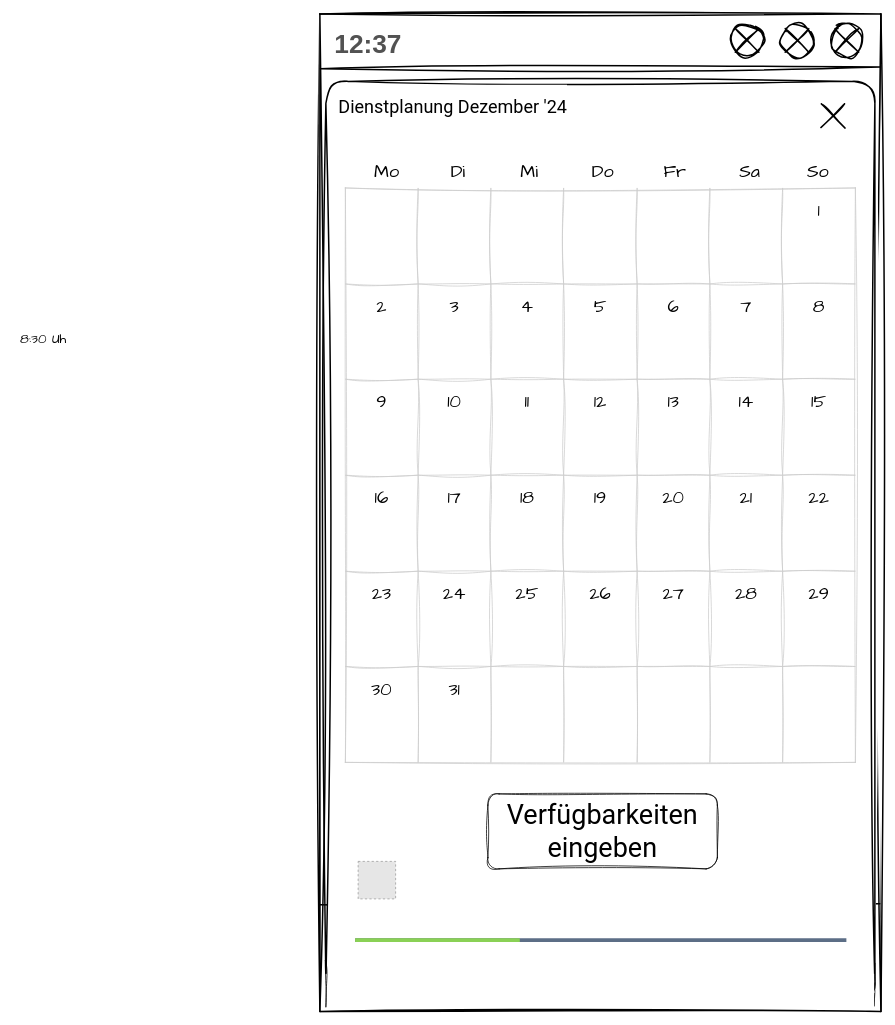
This is page "DienstplanErstellen3a" (5 of 9) of 5_Pitch/Mockup_UserFlow_CreateWorkSchedule.drawio from annikalenneper/praxisprojekt_mi_bachelor_SoSe24, a draw.io file, before an edit. Source tidied: cells renumbered, new cells numbered last; positions are measured from the earlier drawing's top-left corner, leaving out a move shared by most shapes. Both pictures are drawn from the tidied source at 75%, with x=0, y=0 at pixel (13, 14). Pictures stored in the file or linked from it are replaced by grey dashed boxes.
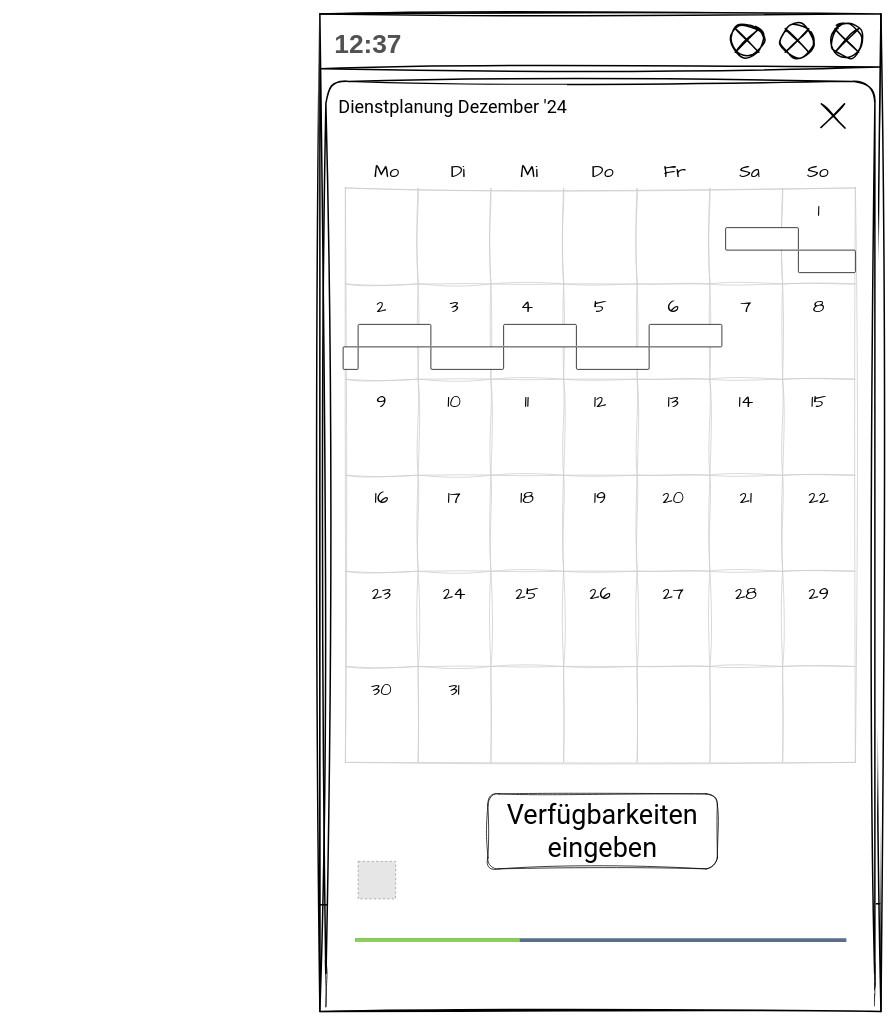
Above is the later version.

The edit, as a diff of the source:
```diff
@@
+    <mxCell id="106" style="rounded=1;whiteSpace=wrap;html=1;arcSize=5;" parent="1" vertex="1">
+      <mxGeometry x="950" y="285" width="97" height="30" as="geometry" />
+    </mxCell>
+    <mxCell id="107" style="rounded=1;whiteSpace=wrap;html=1;arcSize=5;" parent="1" vertex="1">
+      <mxGeometry x="1047" y="315" width="76" height="30" as="geometry" />
+    </mxCell>
+    <mxCell id="108" style="rounded=1;whiteSpace=wrap;html=1;arcSize=5;" parent="1" vertex="1">
+      <mxGeometry x="460" y="414" width="97" height="30" as="geometry" />
+    </mxCell>
+    <mxCell id="109" style="rounded=1;whiteSpace=wrap;html=1;arcSize=5;" parent="1" vertex="1">
+      <mxGeometry x="557" y="444" width="97" height="30" as="geometry" />
+    </mxCell>
+    <mxCell id="110" style="rounded=1;whiteSpace=wrap;html=1;arcSize=5;" parent="1" vertex="1">
+      <mxGeometry x="654" y="414" width="97" height="30" as="geometry" />
+    </mxCell>
+    <mxCell id="111" style="rounded=1;whiteSpace=wrap;html=1;arcSize=5;" parent="1" vertex="1">
+      <mxGeometry x="751" y="444" width="97" height="30" as="geometry" />
+    </mxCell>
+    <mxCell id="112" style="rounded=1;whiteSpace=wrap;html=1;arcSize=5;" parent="1" vertex="1">
+      <mxGeometry x="848" y="414" width="97" height="30" as="geometry" />
+    </mxCell>
+    <mxCell id="113" style="rounded=1;whiteSpace=wrap;html=1;arcSize=5;" parent="1" vertex="1">
+      <mxGeometry x="440" y="444" width="20" height="30" as="geometry" />
+    </mxCell>
@@
-    <mxCell id="105" value="&lt;font style=&quot;font-size: 18px;&quot;&gt;8:30 Uh&lt;/font&gt;" style="text;html=1;align=center;verticalAlign=middle;strokeColor=none;fillColor=none;fontFamily=Architects Daughter;" parent="96" vertex="1">
-      <mxGeometry y="413" width="80" height="40" as="geometry" />
-    </mxCell>
```
